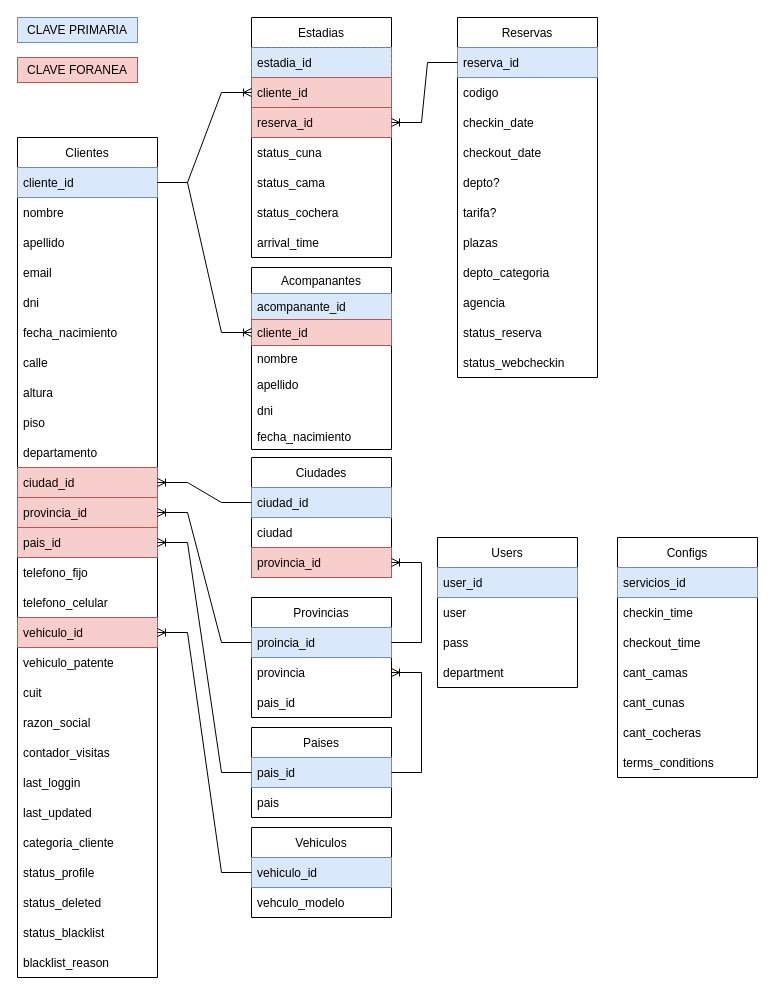
danielo101/db-diagrams keeps this draw.io diagram as page "DB" (1 of 6) of web-checkin/hotel-web-checkin.drawio. Above is the earlier version. Source tidied: cells renumbered, new cells numbered last; positions are measured from the earlier drawing's top-left corner, leaving out a move shared by most shapes. Both pictures are drawn from the tidied source at 100%, with x=0, y=0 at pixel (17, 17).
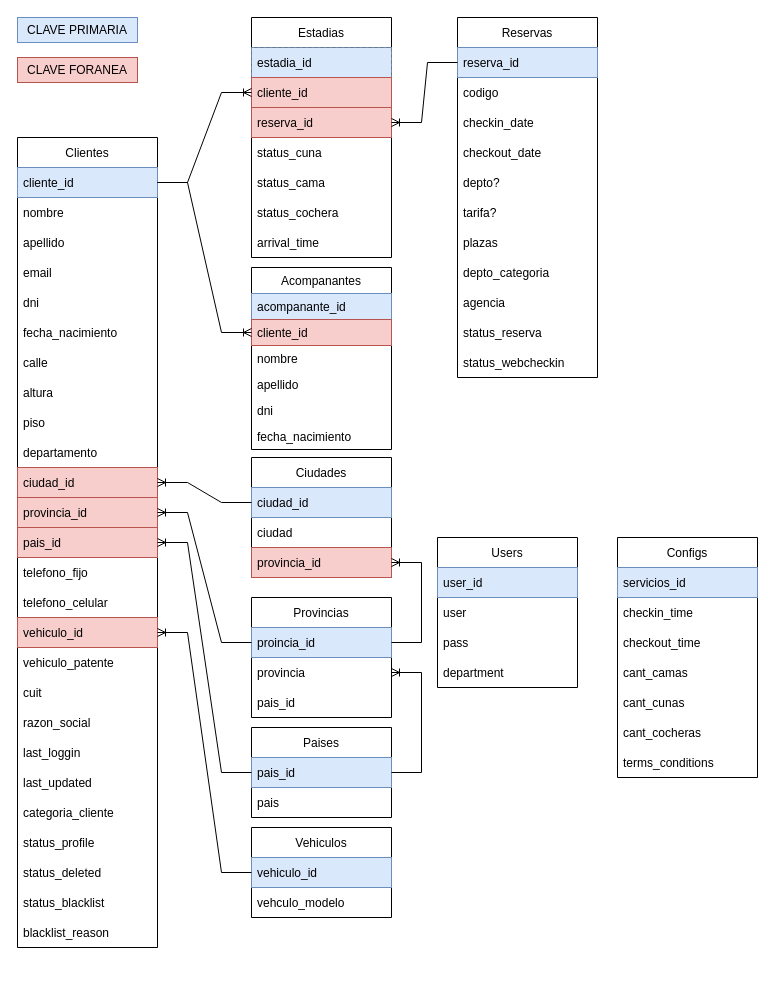
The same diagram, later.

The edit, as a diff of the source:
```diff
@@
     <mxCell id="19" value="Clientes" style="swimlane;fontStyle=0;horizontal=1;startSize=30;" parent="1" vertex="1">
-      <mxGeometry y="120" width="140" height="840" as="geometry" />
+      <mxGeometry y="120" width="140" height="810" as="geometry" />
     </mxCell>
@@
-    <mxCell id="39" value="contador_visitas" style="text;strokeColor=none;fillColor=none;align=left;verticalAlign=middle;spacingLeft=4;spacingRight=4;overflow=hidden;fontColor=#000000;" parent="19" vertex="1">
-      <mxGeometry y="600" width="140" height="30" as="geometry" />
-    </mxCell>
     <mxCell id="40" value="last_loggin" style="text;strokeColor=none;fillColor=none;align=left;verticalAlign=middle;spacingLeft=4;spacingRight=4;overflow=hidden;fontColor=#000000;" parent="19" vertex="1">
-      <mxGeometry y="630" width="140" height="30" as="geometry" />
+      <mxGeometry y="600" width="140" height="30" as="geometry" />
     </mxCell>
     <mxCell id="41" value="last_updated" style="text;strokeColor=none;fillColor=none;align=left;verticalAlign=middle;spacingLeft=4;spacingRight=4;overflow=hidden;fontColor=#000000;" parent="19" vertex="1">
-      <mxGeometry y="660" width="140" height="30" as="geometry" />
+      <mxGeometry y="630" width="140" height="30" as="geometry" />
     </mxCell>
     <mxCell id="42" value="categoria_cliente" style="text;strokeColor=none;fillColor=none;align=left;verticalAlign=middle;spacingLeft=4;spacingRight=4;overflow=hidden;fontColor=#000000;" parent="19" vertex="1">
-      <mxGeometry y="690" width="140" height="30" as="geometry" />
+      <mxGeometry y="660" width="140" height="30" as="geometry" />
     </mxCell>
     <mxCell id="43" value="status_profile" style="text;strokeColor=none;fillColor=none;align=left;verticalAlign=middle;spacingLeft=4;spacingRight=4;overflow=hidden;fontColor=#000000;" parent="19" vertex="1">
-      <mxGeometry y="720" width="140" height="30" as="geometry" />
+      <mxGeometry y="690" width="140" height="30" as="geometry" />
     </mxCell>
     <mxCell id="44" value="status_deleted" style="text;strokeColor=none;fillColor=none;align=left;verticalAlign=middle;spacingLeft=4;spacingRight=4;overflow=hidden;fontColor=#000000;" parent="19" vertex="1">
-      <mxGeometry y="750" width="140" height="30" as="geometry" />
+      <mxGeometry y="720" width="140" height="30" as="geometry" />
     </mxCell>
     <mxCell id="45" value="status_blacklist" style="text;strokeColor=none;fillColor=none;align=left;verticalAlign=middle;spacingLeft=4;spacingRight=4;overflow=hidden;fontColor=#000000;" parent="19" vertex="1">
-      <mxGeometry y="780" width="140" height="30" as="geometry" />
+      <mxGeometry y="750" width="140" height="30" as="geometry" />
     </mxCell>
     <mxCell id="46" value="blacklist_reason" style="text;strokeColor=none;fillColor=none;align=left;verticalAlign=middle;spacingLeft=4;spacingRight=4;overflow=hidden;fontColor=#000000;" parent="19" vertex="1">
-      <mxGeometry y="810" width="140" height="30" as="geometry" />
+      <mxGeometry y="780" width="140" height="30" as="geometry" />
     </mxCell>
```
